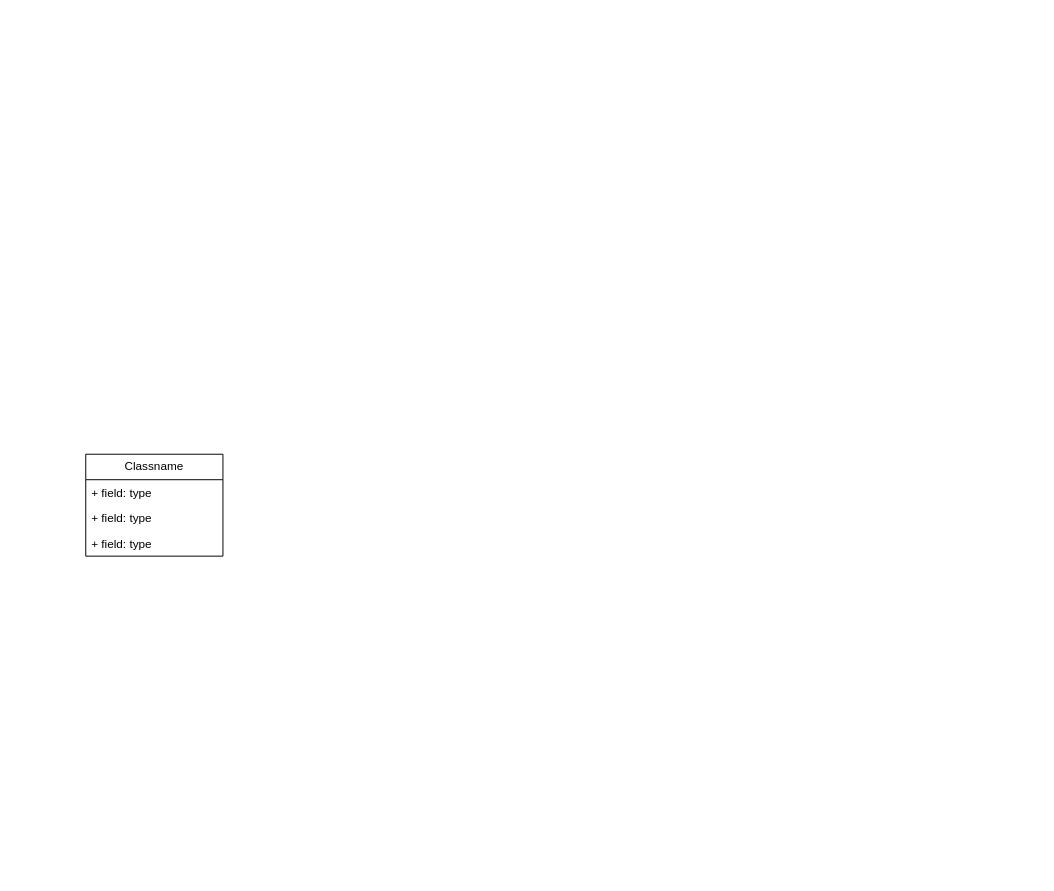
janbrugger/Proyecto-Final keeps this draw.io diagram as Entrega 1.drawio. Above is the earlier version. Source tidied: cells renumbered, new cells numbered last; positions are measured from the earlier drawing's top-left corner, leaving out a move shared by most shapes. Both pictures are drawn from the tidied source at 98%, with x=0, y=0 at pixel (85, 454).
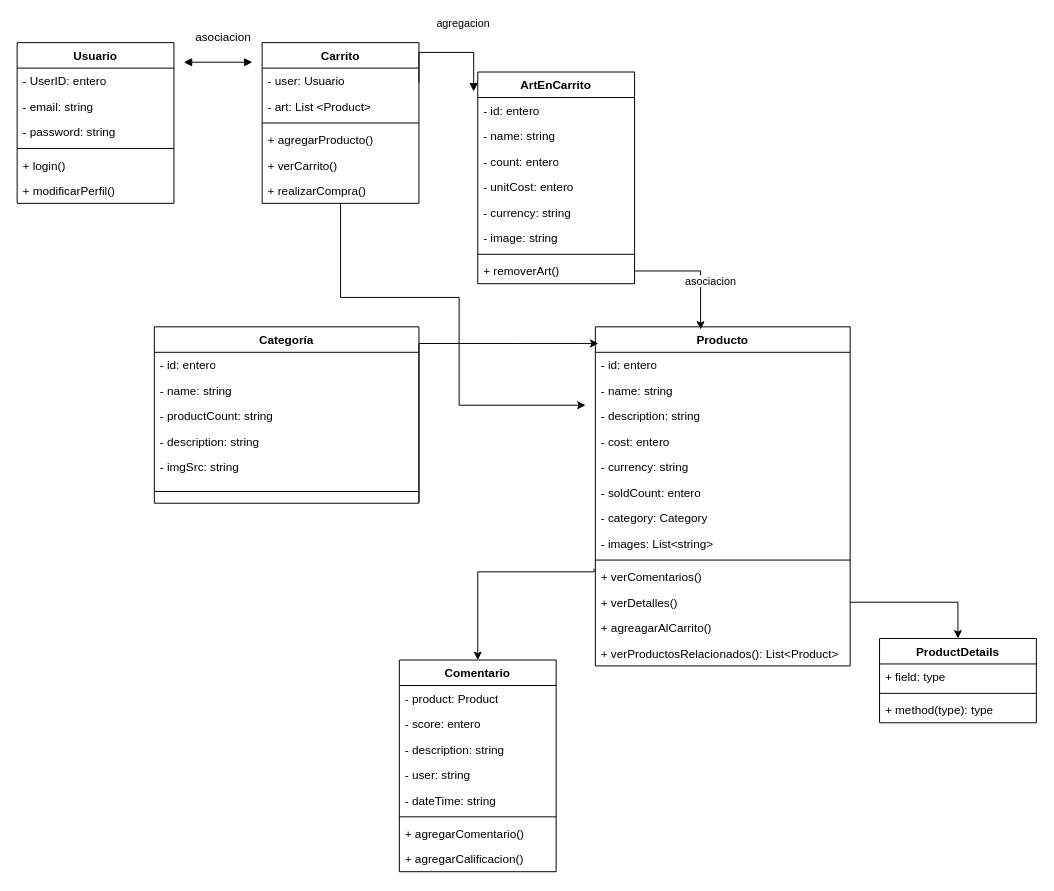
Above is the later version.

What changed in the source:
```diff
@@
-    <mxCell id="2" value="Classname" style="swimlane;fontStyle=0;horizontal=1;startSize=26;fillColor=none;whiteSpace=wrap;html=1;" parent="1" vertex="1">
-      <mxGeometry width="140" height="104" as="geometry" />
-    </mxCell>
-    <mxCell id="3" value="+ field: type" style="text;strokeColor=none;fillColor=none;align=left;verticalAlign=top;spacingLeft=4;spacingRight=4;overflow=hidden;whiteSpace=wrap;html=1;" parent="2" vertex="1">
-      <mxGeometry y="26" width="140" height="26" as="geometry" />
-    </mxCell>
-    <mxCell id="4" value="+ field: type" style="text;strokeColor=none;fillColor=none;align=left;verticalAlign=top;spacingLeft=4;spacingRight=4;overflow=hidden;whiteSpace=wrap;html=1;" parent="2" vertex="1">
-      <mxGeometry y="52" width="140" height="26" as="geometry" />
-    </mxCell>
-    <mxCell id="5" value="+ field: type" style="text;strokeColor=none;fillColor=none;align=left;verticalAlign=top;spacingLeft=4;spacingRight=4;overflow=hidden;whiteSpace=wrap;html=1;" parent="2" vertex="1">
-      <mxGeometry y="78" width="140" height="26" as="geometry" />
-    </mxCell>
+    <mxCell id="6" value="Categoría" style="swimlane;fontStyle=1;align=center;verticalAlign=top;horizontal=1;startSize=26;whiteSpace=wrap;html=1;" parent="1" vertex="1">
+      <mxGeometry x="70" y="-130" width="270" height="180" as="geometry" />
+    </mxCell>
+    <mxCell id="7" value="- id: entero" style="text;strokeColor=none;fillColor=none;align=left;verticalAlign=top;spacingLeft=4;spacingRight=4;overflow=hidden;whiteSpace=wrap;html=1;" parent="6" vertex="1">
+      <mxGeometry y="26" width="270" height="26" as="geometry" />
+    </mxCell>
+    <mxCell id="8" value="- name: string" style="text;strokeColor=none;fillColor=none;align=left;verticalAlign=top;spacingLeft=4;spacingRight=4;overflow=hidden;whiteSpace=wrap;html=1;" parent="6" vertex="1">
+      <mxGeometry y="52" width="270" height="26" as="geometry" />
+    </mxCell>
+    <mxCell id="9" value="- productCount: string" style="text;strokeColor=none;fillColor=none;align=left;verticalAlign=top;spacingLeft=4;spacingRight=4;overflow=hidden;whiteSpace=wrap;html=1;" parent="6" vertex="1">
+      <mxGeometry y="78" width="270" height="26" as="geometry" />
+    </mxCell>
+    <mxCell id="10" value="- description: string" style="text;strokeColor=none;fillColor=none;align=left;verticalAlign=top;spacingLeft=4;spacingRight=4;overflow=hidden;whiteSpace=wrap;html=1;" parent="6" vertex="1">
+      <mxGeometry y="104" width="270" height="26" as="geometry" />
+    </mxCell>
+    <mxCell id="11" value="- imgSrc: string" style="text;strokeColor=none;fillColor=none;align=left;verticalAlign=top;spacingLeft=4;spacingRight=4;overflow=hidden;whiteSpace=wrap;html=1;" parent="6" vertex="1">
+      <mxGeometry y="130" width="270" height="26" as="geometry" />
+    </mxCell>
+    <mxCell id="12" style="line;strokeWidth=1;fillColor=none;align=left;verticalAlign=middle;spacingTop=-1;spacingLeft=3;spacingRight=3;labelPosition=right;strokeColor=inherit;" parent="6" vertex="1">
+      <mxGeometry y="156" width="270" height="24" as="geometry" />
+    </mxCell>
+    <mxCell id="13" value="Producto" style="swimlane;fontStyle=1;align=center;verticalAlign=top;horizontal=1;startSize=26;whiteSpace=wrap;html=1;" parent="1" vertex="1">
+      <mxGeometry x="520" y="-130" width="260" height="346" as="geometry" />
+    </mxCell>
+    <mxCell id="14" value="- id: entero" style="text;strokeColor=none;fillColor=none;align=left;verticalAlign=top;spacingLeft=4;spacingRight=4;overflow=hidden;whiteSpace=wrap;html=1;" parent="13" vertex="1">
+      <mxGeometry y="26" width="260" height="26" as="geometry" />
+    </mxCell>
+    <mxCell id="15" value="- name: string" style="text;strokeColor=none;fillColor=none;align=left;verticalAlign=top;spacingLeft=4;spacingRight=4;overflow=hidden;whiteSpace=wrap;html=1;" parent="13" vertex="1">
+      <mxGeometry y="52" width="260" height="26" as="geometry" />
+    </mxCell>
+    <mxCell id="16" value="- description: string" style="text;strokeColor=none;fillColor=none;align=left;verticalAlign=top;spacingLeft=4;spacingRight=4;overflow=hidden;whiteSpace=wrap;html=1;" parent="13" vertex="1">
+      <mxGeometry y="78" width="260" height="26" as="geometry" />
+    </mxCell>
+    <mxCell id="17" value="- cost: entero" style="text;strokeColor=none;fillColor=none;align=left;verticalAlign=top;spacingLeft=4;spacingRight=4;overflow=hidden;whiteSpace=wrap;html=1;" parent="13" vertex="1">
+      <mxGeometry y="104" width="260" height="26" as="geometry" />
+    </mxCell>
+    <mxCell id="18" value="- currency: string" style="text;strokeColor=none;fillColor=none;align=left;verticalAlign=top;spacingLeft=4;spacingRight=4;overflow=hidden;whiteSpace=wrap;html=1;" parent="13" vertex="1">
+      <mxGeometry y="130" width="260" height="26" as="geometry" />
+    </mxCell>
+    <mxCell id="19" value="- soldCount: entero" style="text;strokeColor=none;fillColor=none;align=left;verticalAlign=top;spacingLeft=4;spacingRight=4;overflow=hidden;whiteSpace=wrap;html=1;" parent="13" vertex="1">
+      <mxGeometry y="156" width="260" height="26" as="geometry" />
+    </mxCell>
+    <mxCell id="20" value="- category: Category" style="text;strokeColor=none;fillColor=none;align=left;verticalAlign=top;spacingLeft=4;spacingRight=4;overflow=hidden;whiteSpace=wrap;html=1;" parent="13" vertex="1">
+      <mxGeometry y="182" width="260" height="26" as="geometry" />
+    </mxCell>
+    <mxCell id="21" value="- images: List&amp;lt;string&amp;gt;" style="text;strokeColor=none;fillColor=none;align=left;verticalAlign=top;spacingLeft=4;spacingRight=4;overflow=hidden;whiteSpace=wrap;html=1;" parent="13" vertex="1">
+      <mxGeometry y="208" width="260" height="26" as="geometry" />
+    </mxCell>
+    <mxCell id="22" style="line;strokeWidth=1;fillColor=none;align=left;verticalAlign=middle;spacingTop=-1;spacingLeft=3;spacingRight=3;labelPosition=right;strokeColor=inherit;" parent="13" vertex="1">
+      <mxGeometry y="234" width="260" height="8" as="geometry" />
+    </mxCell>
+    <mxCell id="23" value="+ verComentarios()" style="text;strokeColor=none;fillColor=none;align=left;verticalAlign=top;spacingLeft=4;spacingRight=4;overflow=hidden;points=[[0,0.5],[1,0.5]];portConstraint=eastwest;whiteSpace=wrap;html=1;" parent="13" vertex="1">
+      <mxGeometry y="242" width="260" height="26" as="geometry" />
+    </mxCell>
+    <mxCell id="24" value="+ verDetalles()&lt;br&gt;" style="text;strokeColor=none;fillColor=none;align=left;verticalAlign=top;spacingLeft=4;spacingRight=4;overflow=hidden;points=[[0,0.5],[1,0.5]];portConstraint=eastwest;whiteSpace=wrap;html=1;" parent="13" vertex="1">
+      <mxGeometry y="268" width="260" height="26" as="geometry" />
+    </mxCell>
+    <mxCell id="25" value="+ agreagarAlCarrito()" style="text;strokeColor=none;fillColor=none;align=left;verticalAlign=top;spacingLeft=4;spacingRight=4;overflow=hidden;whiteSpace=wrap;html=1;" parent="13" vertex="1">
+      <mxGeometry y="294" width="260" height="26" as="geometry" />
+    </mxCell>
+    <mxCell id="26" value="+ verProductosRelacionados(): List&amp;lt;Product&amp;gt;" style="text;strokeColor=none;fillColor=none;align=left;verticalAlign=top;spacingLeft=4;spacingRight=4;overflow=hidden;whiteSpace=wrap;html=1;" parent="13" vertex="1">
+      <mxGeometry y="320" width="260" height="26" as="geometry" />
+    </mxCell>
+    <mxCell id="27" value="ArtEnCarrito" style="swimlane;fontStyle=1;align=center;verticalAlign=top;horizontal=1;startSize=26;whiteSpace=wrap;html=1;" parent="1" vertex="1">
+      <mxGeometry x="400" y="-390" width="160" height="216" as="geometry" />
+    </mxCell>
+    <mxCell id="28" value="- id: entero" style="text;strokeColor=none;fillColor=none;align=left;verticalAlign=top;spacingLeft=4;spacingRight=4;overflow=hidden;whiteSpace=wrap;html=1;" parent="27" vertex="1">
+      <mxGeometry y="26" width="160" height="26" as="geometry" />
+    </mxCell>
+    <mxCell id="29" value="- name: string" style="text;strokeColor=none;fillColor=none;align=left;verticalAlign=top;spacingLeft=4;spacingRight=4;overflow=hidden;whiteSpace=wrap;html=1;" parent="27" vertex="1">
+      <mxGeometry y="52" width="160" height="26" as="geometry" />
+    </mxCell>
+    <mxCell id="30" value="- count: entero" style="text;strokeColor=none;fillColor=none;align=left;verticalAlign=top;spacingLeft=4;spacingRight=4;overflow=hidden;whiteSpace=wrap;html=1;" parent="27" vertex="1">
+      <mxGeometry y="78" width="160" height="26" as="geometry" />
+    </mxCell>
+    <mxCell id="31" value="- unitCost: entero" style="text;strokeColor=none;fillColor=none;align=left;verticalAlign=top;spacingLeft=4;spacingRight=4;overflow=hidden;whiteSpace=wrap;html=1;" parent="27" vertex="1">
+      <mxGeometry y="104" width="160" height="26" as="geometry" />
+    </mxCell>
+    <mxCell id="32" value="- currency: string" style="text;strokeColor=none;fillColor=none;align=left;verticalAlign=top;spacingLeft=4;spacingRight=4;overflow=hidden;whiteSpace=wrap;html=1;" parent="27" vertex="1">
+      <mxGeometry y="130" width="160" height="26" as="geometry" />
+    </mxCell>
+    <mxCell id="33" value="- image: string" style="text;strokeColor=none;fillColor=none;align=left;verticalAlign=top;spacingLeft=4;spacingRight=4;overflow=hidden;whiteSpace=wrap;html=1;" parent="27" vertex="1">
+      <mxGeometry y="156" width="160" height="26" as="geometry" />
+    </mxCell>
+    <mxCell id="34" style="line;strokeWidth=1;fillColor=none;align=left;verticalAlign=middle;spacingTop=-1;spacingLeft=3;spacingRight=3;labelPosition=right;strokeColor=inherit;" parent="27" vertex="1">
+      <mxGeometry y="182" width="160" height="8" as="geometry" />
+    </mxCell>
+    <mxCell id="35" value="+ removerArt()" style="text;strokeColor=none;fillColor=none;align=left;verticalAlign=top;spacingLeft=4;spacingRight=4;overflow=hidden;points=[[0,0.5],[1,0.5]];portConstraint=eastwest;whiteSpace=wrap;html=1;" parent="27" vertex="1">
+      <mxGeometry y="190" width="160" height="26" as="geometry" />
+    </mxCell>
+    <mxCell id="36" value="Comentario" style="swimlane;fontStyle=1;align=center;verticalAlign=top;horizontal=1;startSize=26;whiteSpace=wrap;html=1;" parent="1" vertex="1">
+      <mxGeometry x="320" y="210" width="160" height="216" as="geometry" />
+    </mxCell>
+    <mxCell id="37" value="- product: Product" style="text;strokeColor=none;fillColor=none;align=left;verticalAlign=top;spacingLeft=4;spacingRight=4;overflow=hidden;whiteSpace=wrap;html=1;" parent="36" vertex="1">
+      <mxGeometry y="26" width="160" height="26" as="geometry" />
+    </mxCell>
+    <mxCell id="38" value="- score: entero" style="text;strokeColor=none;fillColor=none;align=left;verticalAlign=top;spacingLeft=4;spacingRight=4;overflow=hidden;whiteSpace=wrap;html=1;" parent="36" vertex="1">
+      <mxGeometry y="52" width="160" height="26" as="geometry" />
+    </mxCell>
+    <mxCell id="39" value="- description: string" style="text;strokeColor=none;fillColor=none;align=left;verticalAlign=top;spacingLeft=4;spacingRight=4;overflow=hidden;whiteSpace=wrap;html=1;" parent="36" vertex="1">
+      <mxGeometry y="78" width="160" height="26" as="geometry" />
+    </mxCell>
+    <mxCell id="40" value="- user: string&lt;br&gt;" style="text;strokeColor=none;fillColor=none;align=left;verticalAlign=top;spacingLeft=4;spacingRight=4;overflow=hidden;whiteSpace=wrap;html=1;" parent="36" vertex="1">
+      <mxGeometry y="104" width="160" height="26" as="geometry" />
+    </mxCell>
+    <mxCell id="41" value="- dateTime: string" style="text;strokeColor=none;fillColor=none;align=left;verticalAlign=top;spacingLeft=4;spacingRight=4;overflow=hidden;whiteSpace=wrap;html=1;" parent="36" vertex="1">
+      <mxGeometry y="130" width="160" height="26" as="geometry" />
+    </mxCell>
+    <mxCell id="42" style="line;strokeWidth=1;fillColor=none;align=left;verticalAlign=middle;spacingTop=-1;spacingLeft=3;spacingRight=3;labelPosition=right;strokeColor=inherit;" parent="36" vertex="1">
+      <mxGeometry y="156" width="160" height="8" as="geometry" />
+    </mxCell>
+    <mxCell id="43" value="+ agregarComentario()" style="text;strokeColor=none;fillColor=none;align=left;verticalAlign=top;spacingLeft=4;spacingRight=4;overflow=hidden;whiteSpace=wrap;html=1;" parent="36" vertex="1">
+      <mxGeometry y="164" width="160" height="26" as="geometry" />
+    </mxCell>
+    <mxCell id="44" value="+ agregarCalificacion()" style="text;strokeColor=none;fillColor=none;align=left;verticalAlign=top;spacingLeft=4;spacingRight=4;overflow=hidden;whiteSpace=wrap;html=1;" parent="36" vertex="1">
+      <mxGeometry y="190" width="160" height="26" as="geometry" />
+    </mxCell>
+    <mxCell id="45" style="edgeStyle=orthogonalEdgeStyle;rounded=0;jettySize=auto;html=1;exitX=1;exitY=0.5;exitDx=0;exitDy=0;entryX=0.012;entryY=0.049;entryDx=0;entryDy=0;entryPerimeter=0;" parent="1" edge="1" target="13">
+      <mxGeometry relative="1" as="geometry">
+        <mxPoint x="340" y="49" as="sourcePoint" />
+        <Array as="points">
+          <mxPoint x="340" y="-113" />
+        </Array>
+      </mxGeometry>
+    </mxCell>
+    <mxCell id="46" style="edgeStyle=orthogonalEdgeStyle;rounded=0;jettySize=auto;html=1;entryX=0.5;entryY=0;entryDx=0;entryDy=0;exitX=-0.005;exitY=0.179;exitDx=0;exitDy=0;exitPerimeter=0;" parent="1" edge="1" source="23" target="36">
+      <mxGeometry relative="1" as="geometry">
+        <Array as="points">
+          <mxPoint x="519" y="120" />
+          <mxPoint x="400" y="120" />
+        </Array>
+      </mxGeometry>
+    </mxCell>
+    <mxCell id="47" value="Usuario" style="swimlane;fontStyle=1;align=center;verticalAlign=top;horizontal=1;startSize=26;whiteSpace=wrap;html=1;" parent="1" vertex="1">
+      <mxGeometry x="-70" y="-420" width="160" height="164" as="geometry" />
+    </mxCell>
+    <mxCell id="48" value="- UserID: entero" style="text;strokeColor=none;fillColor=none;align=left;verticalAlign=top;spacingLeft=4;spacingRight=4;overflow=hidden;whiteSpace=wrap;html=1;" parent="47" vertex="1">
+      <mxGeometry y="26" width="160" height="26" as="geometry" />
+    </mxCell>
+    <mxCell id="49" value="- email: string" style="text;strokeColor=none;fillColor=none;align=left;verticalAlign=top;spacingLeft=4;spacingRight=4;overflow=hidden;whiteSpace=wrap;html=1;" parent="47" vertex="1">
+      <mxGeometry y="52" width="160" height="26" as="geometry" />
+    </mxCell>
+    <mxCell id="50" value="- password: string" style="text;strokeColor=none;fillColor=none;align=left;verticalAlign=top;spacingLeft=4;spacingRight=4;overflow=hidden;whiteSpace=wrap;html=1;" parent="47" vertex="1">
+      <mxGeometry y="78" width="160" height="26" as="geometry" />
+    </mxCell>
+    <mxCell id="51" style="line;strokeWidth=1;fillColor=none;align=left;verticalAlign=middle;spacingTop=-1;spacingLeft=3;spacingRight=3;labelPosition=right;strokeColor=inherit;" parent="47" vertex="1">
+      <mxGeometry y="104" width="160" height="8" as="geometry" />
+    </mxCell>
+    <mxCell id="52" value="+ login()" style="text;strokeColor=none;fillColor=none;align=left;verticalAlign=top;spacingLeft=4;spacingRight=4;overflow=hidden;whiteSpace=wrap;html=1;" parent="47" vertex="1">
+      <mxGeometry y="112" width="160" height="26" as="geometry" />
+    </mxCell>
+    <mxCell id="53" value="+ modificarPerfil()" style="text;strokeColor=none;fillColor=none;align=left;verticalAlign=top;spacingLeft=4;spacingRight=4;overflow=hidden;whiteSpace=wrap;html=1;" parent="47" vertex="1">
+      <mxGeometry y="138" width="160" height="26" as="geometry" />
+    </mxCell>
+    <mxCell id="54" value="Carrito" style="swimlane;fontStyle=1;align=center;verticalAlign=top;horizontal=1;startSize=26;whiteSpace=wrap;html=1;" parent="1" vertex="1">
+      <mxGeometry x="180" y="-420" width="160" height="164" as="geometry" />
+    </mxCell>
+    <mxCell id="55" value="- user: Usuario" style="text;strokeColor=none;fillColor=none;align=left;verticalAlign=top;spacingLeft=4;spacingRight=4;overflow=hidden;whiteSpace=wrap;html=1;" parent="54" vertex="1">
+      <mxGeometry y="26" width="160" height="26" as="geometry" />
+    </mxCell>
+    <mxCell id="56" value="- art: List &amp;lt;Product&amp;gt;" style="text;strokeColor=none;fillColor=none;align=left;verticalAlign=top;spacingLeft=4;spacingRight=4;overflow=hidden;whiteSpace=wrap;html=1;" parent="54" vertex="1">
+      <mxGeometry y="52" width="160" height="26" as="geometry" />
+    </mxCell>
+    <mxCell id="57" style="line;strokeWidth=1;fillColor=none;align=left;verticalAlign=middle;spacingTop=-1;spacingLeft=3;spacingRight=3;labelPosition=right;strokeColor=inherit;" parent="54" vertex="1">
+      <mxGeometry y="78" width="160" height="8" as="geometry" />
+    </mxCell>
+    <mxCell id="58" value="+ agregarProducto()&lt;br&gt;" style="text;strokeColor=none;fillColor=none;align=left;verticalAlign=top;spacingLeft=4;spacingRight=4;overflow=hidden;whiteSpace=wrap;html=1;" parent="54" vertex="1">
+      <mxGeometry y="86" width="160" height="26" as="geometry" />
+    </mxCell>
+    <mxCell id="59" value="+ verCarrito()" style="text;strokeColor=none;fillColor=none;align=left;verticalAlign=top;spacingLeft=4;spacingRight=4;overflow=hidden;whiteSpace=wrap;html=1;" parent="54" vertex="1">
+      <mxGeometry y="112" width="160" height="26" as="geometry" />
+    </mxCell>
+    <mxCell id="60" value="+ realizarCompra()" style="text;strokeColor=none;fillColor=none;align=left;verticalAlign=top;spacingLeft=4;spacingRight=4;overflow=hidden;points=[[0,0.5],[1,0.5]];portConstraint=eastwest;whiteSpace=wrap;html=1;" parent="54" vertex="1">
+      <mxGeometry y="138" width="160" height="26" as="geometry" />
+    </mxCell>
+    <mxCell id="61" style="endArrow=block;startArrow=block;endFill=1;startFill=1;html=1;rounded=0;" parent="1" edge="1">
+      <mxGeometry relative="1" as="geometry">
+        <mxPoint x="100" y="-400" as="sourcePoint" />
+        <mxPoint x="170" y="-400" as="targetPoint" />
+      </mxGeometry>
+    </mxCell>
+    <mxCell id="62" value="agregacion" style="html=1;verticalAlign=bottom;endArrow=block;edgeStyle=elbowEdgeStyle;elbow=vertical;curved=0;rounded=0;exitX=1;exitY=0.25;exitDx=0;exitDy=0;entryX=-0.026;entryY=0.092;entryDx=0;entryDy=0;entryPerimeter=0;" parent="1" edge="1" source="54" target="27">
+      <mxGeometry x="0.2" y="20" relative="1" as="geometry">
+        <Array as="points">
+          <mxPoint x="380" y="-410" />
+        </Array>
+      </mxGeometry>
+    </mxCell>
+    <mxCell id="63" style="edgeStyle=orthogonalEdgeStyle;rounded=0;jettySize=auto;html=1;exitX=1;exitY=0.5;exitDx=0;exitDy=0;entryX=0.413;entryY=0.008;entryDx=0;entryDy=0;entryPerimeter=0;" parent="1" edge="1" source="35" target="13">
+      <mxGeometry relative="1" as="geometry" />
+    </mxCell>
+    <mxCell id="64" value="&lt;span style=&quot;color: rgb(0, 0, 0); font-family: Helvetica; font-size: 11px; font-style: normal; font-variant-ligatures: normal; font-variant-caps: normal; font-weight: 400; letter-spacing: normal; orphans: 2; text-align: center; text-indent: 0px; text-transform: none; widows: 2; word-spacing: 0px; -webkit-text-stroke-width: 0px; background-color: rgb(255, 255, 255); text-decoration-thickness: initial; text-decoration-style: initial; text-decoration-color: initial; float: none; display: inline !important;&quot;&gt;asociacion&lt;/span&gt;" style="text;whiteSpace=wrap;html=1;" parent="1" vertex="1">
+      <mxGeometry x="610" y="-190" width="90" height="40" as="geometry" />
+    </mxCell>
+    <mxCell id="65" value="asociacion" style="text;html=1;align=center;verticalAlign=middle;strokeColor=none;fillColor=none;" parent="1" vertex="1">
+      <mxGeometry x="100" y="-440" width="80" height="30" as="geometry" />
+    </mxCell>
+    <mxCell id="66" value="ProductDetails" style="swimlane;fontStyle=1;align=center;verticalAlign=top;horizontal=1;startSize=26;whiteSpace=wrap;html=1;" parent="1" vertex="1">
+      <mxGeometry x="810" y="188" width="160" height="86" as="geometry" />
+    </mxCell>
+    <mxCell id="67" value="+ field: type" style="text;strokeColor=none;fillColor=none;align=left;verticalAlign=top;spacingLeft=4;spacingRight=4;overflow=hidden;whiteSpace=wrap;html=1;" parent="66" vertex="1">
+      <mxGeometry y="26" width="160" height="26" as="geometry" />
+    </mxCell>
+    <mxCell id="68" style="line;strokeWidth=1;fillColor=none;align=left;verticalAlign=middle;spacingTop=-1;spacingLeft=3;spacingRight=3;labelPosition=right;strokeColor=inherit;" parent="66" vertex="1">
+      <mxGeometry y="52" width="160" height="8" as="geometry" />
+    </mxCell>
+    <mxCell id="69" value="+ method(type): type" style="text;strokeColor=none;fillColor=none;align=left;verticalAlign=top;spacingLeft=4;spacingRight=4;overflow=hidden;whiteSpace=wrap;html=1;" parent="66" vertex="1">
+      <mxGeometry y="60" width="160" height="26" as="geometry" />
+    </mxCell>
+    <mxCell id="70" style="edgeStyle=orthogonalEdgeStyle;rounded=0;jettySize=auto;html=1;exitX=1;exitY=0.5;exitDx=0;exitDy=0;" parent="1" edge="1" source="24" target="66">
+      <mxGeometry relative="1" as="geometry" />
+    </mxCell>
+    <mxCell id="71" style="edgeStyle=orthogonalEdgeStyle;rounded=0;jettySize=auto;html=1;" parent="1" edge="1" source="60">
+      <mxGeometry relative="1" as="geometry">
+        <mxPoint x="510" y="-50" as="targetPoint" />
+        <Array as="points">
+          <mxPoint x="260" y="-160" />
+          <mxPoint x="381" y="-160" />
+        </Array>
+      </mxGeometry>
+    </mxCell>
```
